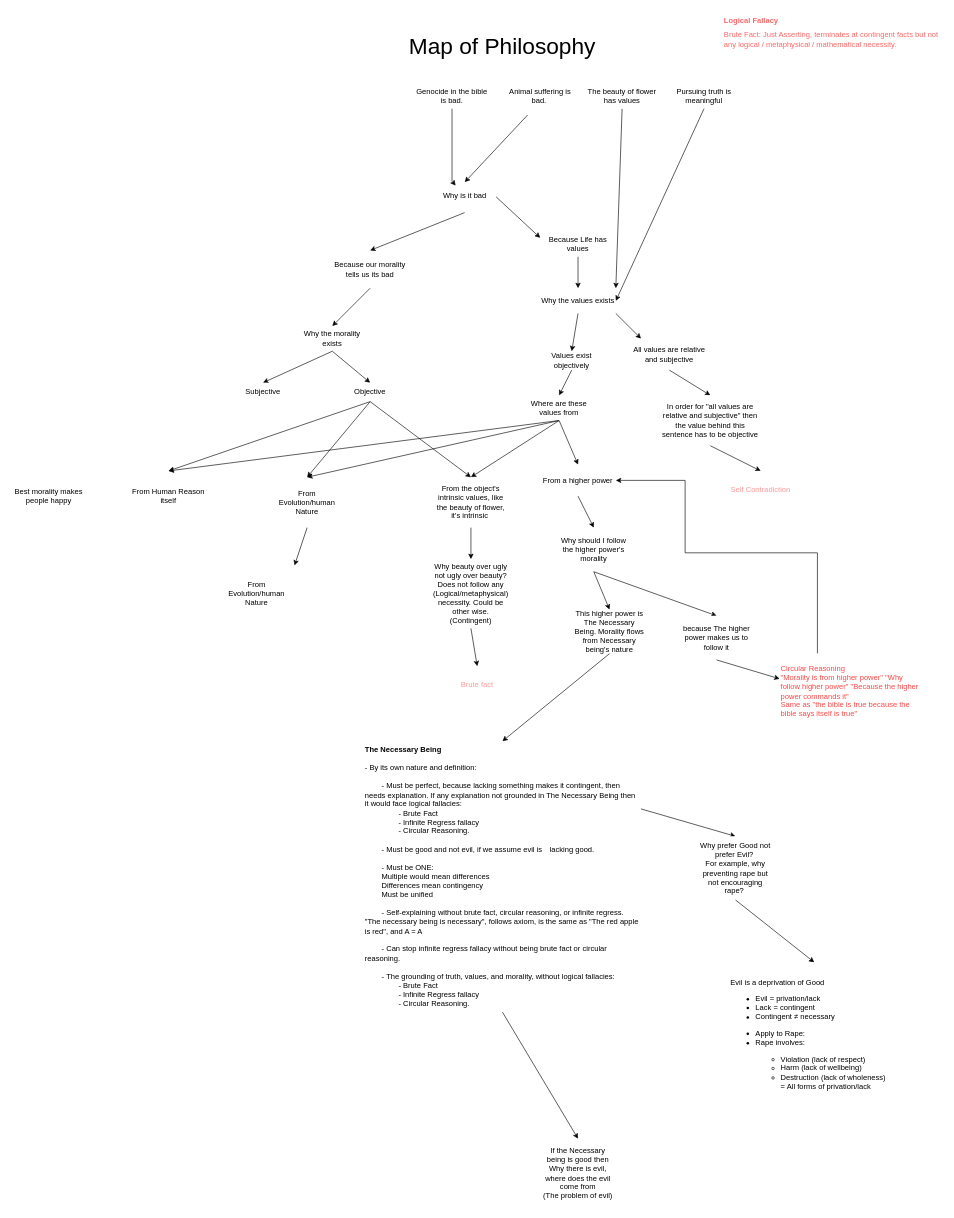
harryg02/Map-of-Philosophy keeps this draw.io diagram as draw.io/Foundations of Morality.drawio. Above is the earlier version. Source tidied: cells renumbered, new cells numbered last; positions are measured from the earlier drawing's top-left corner, leaving out a move shared by most shapes. Both pictures are drawn from the tidied source at 63%, with x=0, y=0 at pixel (11, 11).
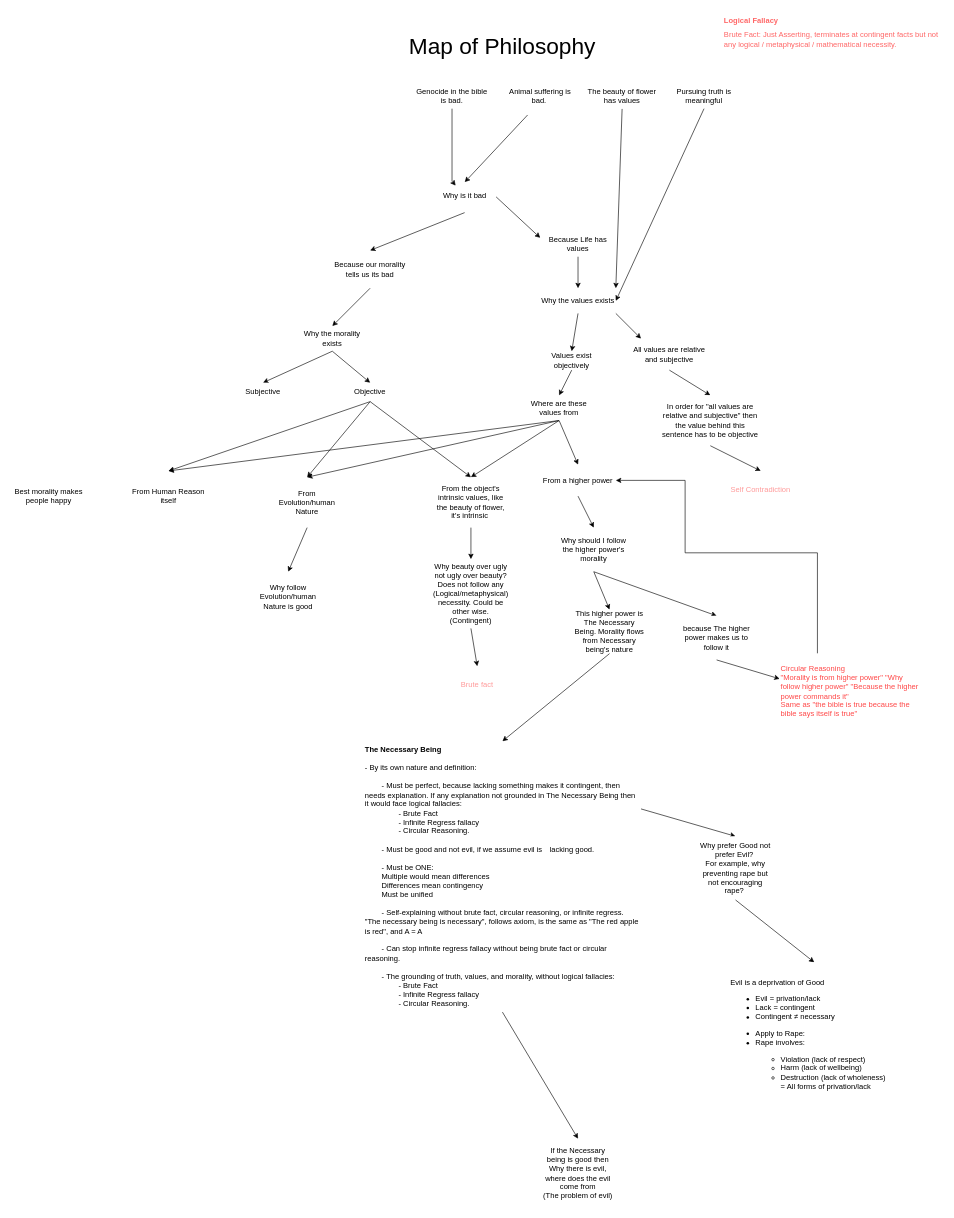
The same page after the edit.

Unchanged cells that the change refers to:
```xml
<mxCell id="46" value="From Evolution/human Nature" style="rounded=1;whiteSpace=wrap;html=1;fontSize=12;glass=0;strokeWidth=1;shadow=0;strokeColor=none;" parent="1" vertex="1">
  <mxGeometry x="410" y="740" width="120" height="80" as="geometry" />
</mxCell>
```

Change to the diagram source:
```diff
@@
-    <mxCell id="69" style="endArrow=classic;html=1;rounded=0;exitX=0.5;exitY=1;exitDx=0;exitDy=0;" parent="1" edge="1" source="46">
-      <mxGeometry relative="1" as="geometry">
-        <mxPoint x="450" y="880" as="targetPoint" />
-      </mxGeometry>
+    <mxCell id="69" style="endArrow=classic;html=1;rounded=0;exitX=0.5;exitY=1;exitDx=0;exitDy=0;entryX=0.5;entryY=0;entryDx=0;entryDy=0;" parent="1" edge="1" source="46" target="70">
+      <mxGeometry relative="1" as="geometry" />
     </mxCell>
-    <mxCell id="70" value="From Evolution/human Nature" style="rounded=1;whiteSpace=wrap;html=1;fontSize=12;glass=0;strokeWidth=1;shadow=0;strokeColor=none;" parent="1" vertex="1">
-      <mxGeometry x="330" y="885" width="120" height="80" as="geometry" />
+    <mxCell id="70" value="Why follow Evolution/human Nature is good" style="rounded=1;whiteSpace=wrap;html=1;fontSize=12;glass=0;strokeWidth=1;shadow=0;strokeColor=none;" parent="1" vertex="1">
+      <mxGeometry x="380" y="890" width="120" height="80" as="geometry" />
     </mxCell>
```
